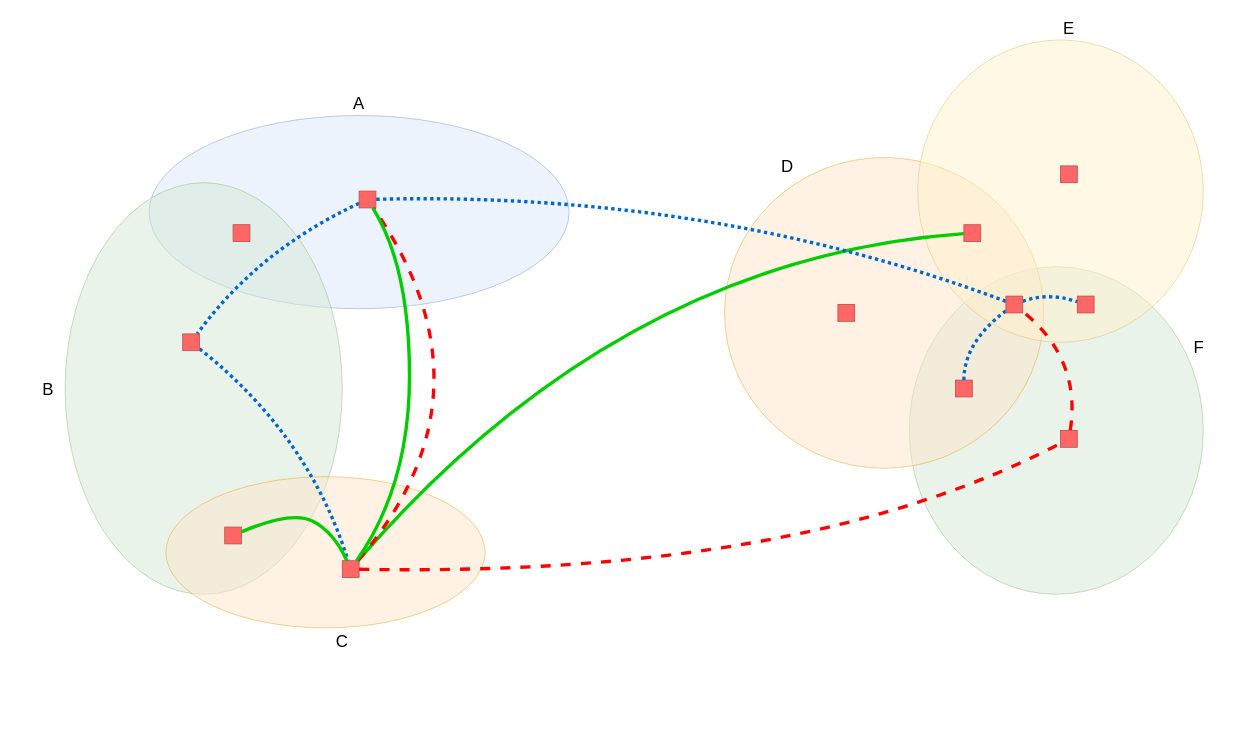
The draw.io diagram Untitled Diagram.drawio in mjpjayhawk/systems-architecture, before the edit. Source tidied: cells renumbered, new cells numbered last; positions are measured from the earlier drawing's top-left corner, leaving out a move shared by most shapes. Both pictures are drawn from the tidied source at 84%, with x=0, y=0 at pixel (14, 14).
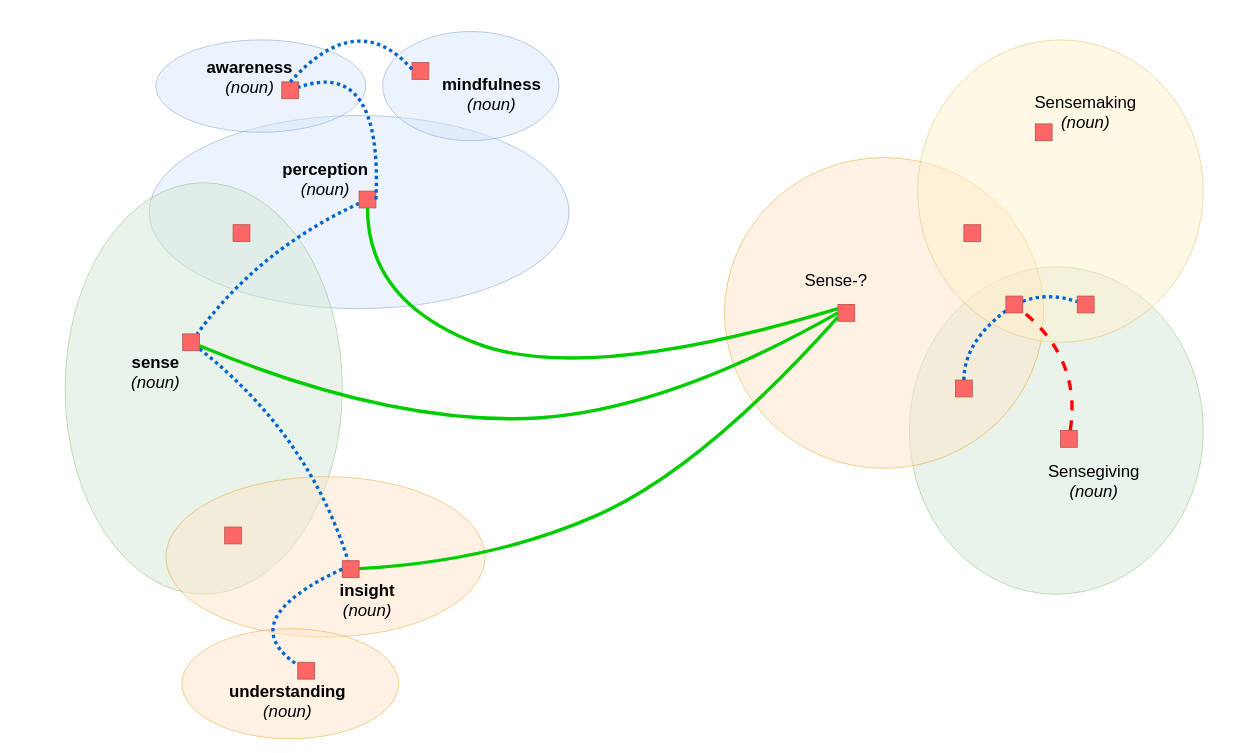
The same page after the edit.

The change refers to these unchanged cells:
```xml
<mxCell id="9" style="whiteSpace=wrap;html=1;rounded=0;shadow=0;strokeWidth=1;fillColor=#FF6666;fontSize=24;align=right;strokeColor=#b85450;" parent="1" vertex="1">
  <mxGeometry x="410" y="210" width="20" height="20" as="geometry" />
</mxCell>
<mxCell id="12" style="whiteSpace=wrap;html=1;rounded=0;shadow=0;strokeWidth=1;fillColor=#FF6666;fontSize=24;align=right;strokeColor=#b85450;" parent="1" vertex="1">
  <mxGeometry x="200" y="380" width="20" height="20" as="geometry" />
</mxCell>
<mxCell id="13" style="whiteSpace=wrap;html=1;rounded=0;shadow=0;strokeWidth=1;fillColor=#FF6666;fontSize=24;align=right;strokeColor=#b85450;" parent="1" vertex="1">
  <mxGeometry x="250" y="610" width="20" height="20" as="geometry" />
</mxCell>
<mxCell id="15" style="whiteSpace=wrap;html=1;rounded=0;shadow=0;strokeWidth=1;fillColor=#FF6666;fontSize=24;align=right;strokeColor=#b85450;" parent="1" vertex="1">
  <mxGeometry x="390" y="650" width="20" height="20" as="geometry" />
</mxCell>
<mxCell id="19" style="whiteSpace=wrap;html=1;rounded=0;shadow=0;strokeWidth=1;fillColor=#FF6666;fontSize=24;align=right;strokeColor=#b85450;" parent="1" vertex="1">
  <mxGeometry x="1245" y="495" width="20" height="20" as="geometry" />
</mxCell>
<mxCell id="24" style="whiteSpace=wrap;html=1;rounded=0;shadow=0;strokeWidth=1;fillColor=#FF6666;fontSize=24;align=right;strokeColor=#b85450;" parent="1" vertex="1">
  <mxGeometry x="1180" y="335" width="20" height="20" as="geometry" />
</mxCell>
<mxCell id="26" style="whiteSpace=wrap;html=1;rounded=0;shadow=0;strokeWidth=1;fillColor=#FF6666;fontSize=24;align=right;strokeColor=#b85450;" parent="1" vertex="1">
  <mxGeometry x="1130" y="250" width="20" height="20" as="geometry" />
</mxCell>
<mxCell id="28" style="whiteSpace=wrap;html=1;rounded=0;shadow=0;strokeWidth=1;fillColor=#FF6666;fontSize=24;align=right;strokeColor=#b85450;" parent="1" vertex="1">
  <mxGeometry x="980" y="345" width="20" height="20" as="geometry" />
</mxCell>
```

Change to the diagram source:
```diff
@@
     <mxCell id="4" style="ellipse;whiteSpace=wrap;html=1;rounded=0;shadow=0;strokeWidth=1;fillColor=#ffe6cc;fontSize=24;align=right;strokeColor=#d79b00;opacity=50;" parent="1" vertex="1">
-      <mxGeometry x="180" y="550" width="380" height="180" as="geometry" />
+      <mxGeometry x="180" y="550" width="380" height="191" as="geometry" />
     </mxCell>
@@
-    <mxCell id="14" style="edgeStyle=none;curved=1;html=1;endArrow=none;endFill=0;fontSize=24;strokeWidth=4;strokeColor=#00CC00;" parent="1" edge="1" source="15" target="26">
-      <mxGeometry relative="1" as="geometry">
-        <Array as="points">
-          <mxPoint x="720" y="290" />
-        </Array>
-      </mxGeometry>
-    </mxCell>
@@
-    <mxCell id="16" style="edgeStyle=none;curved=1;html=1;endArrow=none;endFill=0;strokeColor=#FF0000;strokeWidth=4;fontSize=24;dashed=1;" parent="1" edge="1" source="15" target="19">
-      <mxGeometry relative="1" as="geometry">
-        <Array as="points">
-          <mxPoint x="940" y="670" />
-        </Array>
-      </mxGeometry>
-    </mxCell>
-    <mxCell id="17" style="edgeStyle=none;curved=1;html=1;endArrow=none;endFill=0;strokeColor=#FF0000;strokeWidth=4;fontSize=24;dashed=1;" parent="1" edge="1" source="15" target="9">
-      <mxGeometry relative="1" as="geometry">
-        <Array as="points">
-          <mxPoint x="580" y="450" />
-        </Array>
-      </mxGeometry>
-    </mxCell>
@@
-    <mxCell id="23" style="edgeStyle=none;curved=1;html=1;endArrow=none;endFill=0;strokeColor=#0066CC;strokeWidth=4;fontSize=24;dashed=1;dashPattern=1 1;" parent="1" edge="1" source="24" target="9">
-      <mxGeometry relative="1" as="geometry">
-        <Array as="points">
-          <mxPoint x="830" y="210" />
-        </Array>
-      </mxGeometry>
-    </mxCell>
@@
     <mxCell id="27" style="whiteSpace=wrap;html=1;rounded=0;shadow=0;strokeWidth=1;fillColor=#FF6666;fontSize=24;align=right;strokeColor=#b85450;" parent="1" vertex="1">
-      <mxGeometry x="1245" y="180" width="20" height="20" as="geometry" />
+      <mxGeometry x="1215" y="130" width="20" height="20" as="geometry" />
     </mxCell>
@@
-    <mxCell id="29" style="curved=1;endArrow=none;html=1;fontSize=24;fontColor=#000000;endFill=0;strokeWidth=4;strokeColor=#00CC00;" parent="1" edge="1" source="9" target="15">
+    <mxCell id="29" style="curved=1;endArrow=none;html=1;fontSize=24;fontColor=#000000;endFill=0;strokeWidth=4;strokeColor=#00CC00;entryX=0;entryY=0.25;entryDx=0;entryDy=0;" parent="1" edge="1" source="9" target="28">
       <mxGeometry relative="1" as="geometry">
         <Array as="points">
-          <mxPoint x="470" y="300" />
-          <mxPoint x="470" y="560" />
+          <mxPoint x="420" y="341" />
+          <mxPoint x="678" y="441" />
         </Array>
       </mxGeometry>
     </mxCell>
-    <mxCell id="30" style="curved=1;endArrow=none;html=1;fontSize=24;endFill=0;strokeWidth=4;strokeColor=#00CC00;" parent="1" edge="1" source="13" target="15">
-      <mxGeometry relative="1" as="geometry">
-        <Array as="points">
-          <mxPoint x="330" y="590" />
-          <mxPoint x="380" y="616" />
-        </Array>
-      </mxGeometry>
-    </mxCell>
-    <mxCell id="31" value="A" style="text;html=1;strokeColor=none;fillColor=none;align=center;verticalAlign=middle;whiteSpace=wrap;rounded=0;shadow=0;fontSize=20;" parent="1" vertex="1">
-      <mxGeometry x="370" y="90" width="80" height="30" as="geometry" />
-    </mxCell>
-    <mxCell id="32" value="B" style="text;html=1;strokeColor=none;fillColor=none;align=center;verticalAlign=middle;whiteSpace=wrap;rounded=0;shadow=0;fontSize=20;" parent="1" vertex="1">
-      <mxGeometry y="430" width="80" height="30" as="geometry" />
+    <mxCell id="32" value="&lt;b&gt;sense&lt;/b&gt;&lt;br&gt;&lt;i&gt;(noun)&lt;/i&gt;" style="text;html=1;strokeColor=none;fillColor=none;align=center;verticalAlign=middle;whiteSpace=wrap;rounded=0;shadow=0;fontSize=20;" parent="1" vertex="1">
+      <mxGeometry x="128" y="410" width="80" height="30" as="geometry" />
     </mxCell>
-    <mxCell id="33" value="C" style="text;html=1;strokeColor=none;fillColor=none;align=center;verticalAlign=middle;whiteSpace=wrap;rounded=0;shadow=0;fontSize=20;" parent="1" vertex="1">
-      <mxGeometry x="350" y="730" width="80" height="30" as="geometry" />
-    </mxCell>
-    <mxCell id="34" value="D" style="text;html=1;strokeColor=none;fillColor=none;align=center;verticalAlign=middle;whiteSpace=wrap;rounded=0;shadow=0;fontSize=20;" parent="1" vertex="1">
-      <mxGeometry x="880" y="165" width="80" height="30" as="geometry" />
+    <mxCell id="34" value="Sense-?" style="text;html=1;strokeColor=none;fillColor=none;align=center;verticalAlign=middle;whiteSpace=wrap;rounded=0;shadow=0;fontSize=20;" parent="1" vertex="1">
+      <mxGeometry x="938" y="300" width="80" height="30" as="geometry" />
     </mxCell>
-    <mxCell id="35" value="E" style="text;html=1;strokeColor=none;fillColor=none;align=center;verticalAlign=middle;whiteSpace=wrap;rounded=0;shadow=0;fontSize=20;" parent="1" vertex="1">
-      <mxGeometry x="1215" width="80" height="30" as="geometry" />
+    <mxCell id="35" value="Sensemaking&lt;br&gt;&lt;i&gt;(noun)&lt;/i&gt;" style="text;html=1;strokeColor=none;fillColor=none;align=center;verticalAlign=middle;whiteSpace=wrap;rounded=0;shadow=0;fontSize=20;" parent="1" vertex="1">
+      <mxGeometry x="1235" y="100" width="80" height="30" as="geometry" />
     </mxCell>
-    <mxCell id="36" value="F" style="text;html=1;strokeColor=none;fillColor=none;align=center;verticalAlign=middle;whiteSpace=wrap;rounded=0;shadow=0;fontSize=20;" parent="1" vertex="1">
-      <mxGeometry x="1370" y="380" width="80" height="30" as="geometry" />
-    </mxCell>
+    <mxCell id="37" value="&lt;b&gt;perception&lt;/b&gt;&lt;br&gt;&lt;i&gt;(noun)&lt;/i&gt;" style="text;html=1;strokeColor=none;fillColor=none;align=center;verticalAlign=middle;whiteSpace=wrap;rounded=0;shadow=0;fontSize=20;" parent="1" vertex="1">
+      <mxGeometry x="330" y="180" width="80" height="30" as="geometry" />
+    </mxCell>
+    <mxCell id="38" value="&lt;b&gt;insight&lt;/b&gt;&lt;br&gt;&lt;i&gt;(noun)&lt;/i&gt;" style="text;html=1;strokeColor=none;fillColor=none;align=center;verticalAlign=middle;whiteSpace=wrap;rounded=0;shadow=0;fontSize=20;" parent="1" vertex="1">
+      <mxGeometry x="380" y="681" width="80" height="30" as="geometry" />
+    </mxCell>
+    <mxCell id="39" style="ellipse;whiteSpace=wrap;html=1;rounded=0;shadow=0;strokeWidth=1;fillColor=#dae8fc;fontSize=24;align=right;strokeColor=#6c8ebf;opacity=50;" parent="1" vertex="1">
+      <mxGeometry x="168" y="30" width="250" height="110" as="geometry" />
+    </mxCell>
+    <mxCell id="40" style="whiteSpace=wrap;html=1;rounded=0;shadow=0;strokeWidth=1;fillColor=#FF6666;fontSize=24;align=right;strokeColor=#b85450;" parent="1" vertex="1">
+      <mxGeometry x="318" y="80" width="20" height="20" as="geometry" />
+    </mxCell>
+    <mxCell id="41" value="&lt;b&gt;awareness&lt;/b&gt;&lt;br&gt;&lt;i&gt;(noun)&lt;/i&gt;" style="text;html=1;strokeColor=none;fillColor=none;align=center;verticalAlign=middle;whiteSpace=wrap;rounded=0;shadow=0;fontSize=20;" parent="1" vertex="1">
+      <mxGeometry x="240" y="59" width="80" height="30" as="geometry" />
+    </mxCell>
+    <mxCell id="42" style="edgeStyle=none;curved=1;html=1;endArrow=none;endFill=0;strokeColor=#0066CC;strokeWidth=4;fontSize=24;dashed=1;dashPattern=1 1;exitX=1;exitY=0.5;exitDx=0;exitDy=0;" parent="1" edge="1" source="9" target="40">
+      <mxGeometry relative="1" as="geometry">
+        <Array as="points">
+          <mxPoint x="438" y="51" />
+        </Array>
+      </mxGeometry>
+    </mxCell>
+    <mxCell id="43" style="ellipse;whiteSpace=wrap;html=1;rounded=0;shadow=0;strokeWidth=1;fillColor=#ffe6cc;fontSize=24;align=right;strokeColor=#d79b00;opacity=50;" parent="1" vertex="1">
+      <mxGeometry x="199" y="731" width="258" height="131" as="geometry" />
+    </mxCell>
+    <mxCell id="44" style="whiteSpace=wrap;html=1;rounded=0;shadow=0;strokeWidth=1;fillColor=#FF6666;fontSize=24;align=right;strokeColor=#b85450;" parent="1" vertex="1">
+      <mxGeometry x="337" y="771" width="20" height="20" as="geometry" />
+    </mxCell>
+    <mxCell id="45" value="&lt;b&gt;understanding&lt;/b&gt;&lt;br&gt;&lt;i&gt;(noun)&lt;/i&gt;" style="text;html=1;strokeColor=none;fillColor=none;align=center;verticalAlign=middle;whiteSpace=wrap;rounded=0;shadow=0;fontSize=20;" parent="1" vertex="1">
+      <mxGeometry x="285" y="802" width="80" height="30" as="geometry" />
+    </mxCell>
+    <mxCell id="46" style="edgeStyle=none;curved=1;html=1;endArrow=none;endFill=0;strokeColor=#0066CC;strokeWidth=4;fontSize=24;dashed=1;dashPattern=1 1;exitX=0;exitY=0.5;exitDx=0;exitDy=0;" parent="1" edge="1" source="15" target="44">
+      <mxGeometry relative="1" as="geometry">
+        <Array as="points">
+          <mxPoint x="258" y="721" />
+        </Array>
+      </mxGeometry>
+    </mxCell>
+    <mxCell id="47" style="ellipse;whiteSpace=wrap;html=1;rounded=0;shadow=0;strokeWidth=1;fillColor=#dae8fc;fontSize=24;align=right;strokeColor=#6c8ebf;opacity=50;" parent="1" vertex="1">
+      <mxGeometry x="438" y="20" width="210" height="130" as="geometry" />
+    </mxCell>
+    <mxCell id="48" style="whiteSpace=wrap;html=1;rounded=0;shadow=0;strokeWidth=1;fillColor=#FF6666;fontSize=24;align=right;strokeColor=#b85450;" parent="1" vertex="1">
+      <mxGeometry x="473" y="57" width="20" height="20" as="geometry" />
+    </mxCell>
+    <mxCell id="49" value="&lt;b&gt;mindfulness&lt;/b&gt;&lt;br&gt;&lt;i&gt;(noun)&lt;/i&gt;" style="text;html=1;strokeColor=none;fillColor=none;align=center;verticalAlign=middle;whiteSpace=wrap;rounded=0;shadow=0;fontSize=20;" parent="1" vertex="1">
+      <mxGeometry x="528" y="79" width="80" height="30" as="geometry" />
+    </mxCell>
+    <mxCell id="50" style="edgeStyle=none;curved=1;html=1;endArrow=none;endFill=0;strokeColor=#0066CC;strokeWidth=4;fontSize=24;dashed=1;dashPattern=1 1;exitX=0;exitY=0.4;exitDx=0;exitDy=0;entryX=0.5;entryY=0;entryDx=0;entryDy=0;exitPerimeter=0;" parent="1" edge="1" source="48" target="40">
+      <mxGeometry relative="1" as="geometry">
+        <Array as="points">
+          <mxPoint x="408" y="-9" />
+        </Array>
+      </mxGeometry>
+    </mxCell>
+    <mxCell id="51" style="curved=1;endArrow=none;html=1;fontSize=24;fontColor=#000000;endFill=0;strokeWidth=4;strokeColor=#00CC00;entryX=0;entryY=0.5;entryDx=0;entryDy=0;" parent="1" edge="1" source="12" target="28">
+      <mxGeometry relative="1" as="geometry">
+        <Array as="points">
+          <mxPoint x="428" y="481" />
+          <mxPoint x="758" y="481" />
+        </Array>
+      </mxGeometry>
+    </mxCell>
+    <mxCell id="52" style="curved=1;endArrow=none;html=1;fontSize=24;fontColor=#000000;endFill=0;strokeWidth=4;strokeColor=#00CC00;exitX=0;exitY=0.75;exitDx=0;exitDy=0;" parent="1" edge="1" source="28" target="15">
+      <mxGeometry relative="1" as="geometry">
+        <Array as="points">
+          <mxPoint x="818" y="541" />
+          <mxPoint x="568" y="651" />
+        </Array>
+      </mxGeometry>
+    </mxCell>
+    <mxCell id="53" value="Sensegiving&lt;br&gt;&lt;i&gt;(noun)&lt;/i&gt;" style="text;html=1;strokeColor=none;fillColor=none;align=center;verticalAlign=middle;whiteSpace=wrap;rounded=0;shadow=0;fontSize=20;" parent="1" vertex="1">
+      <mxGeometry x="1245" y="540" width="80" height="30" as="geometry" />
+    </mxCell>
```
